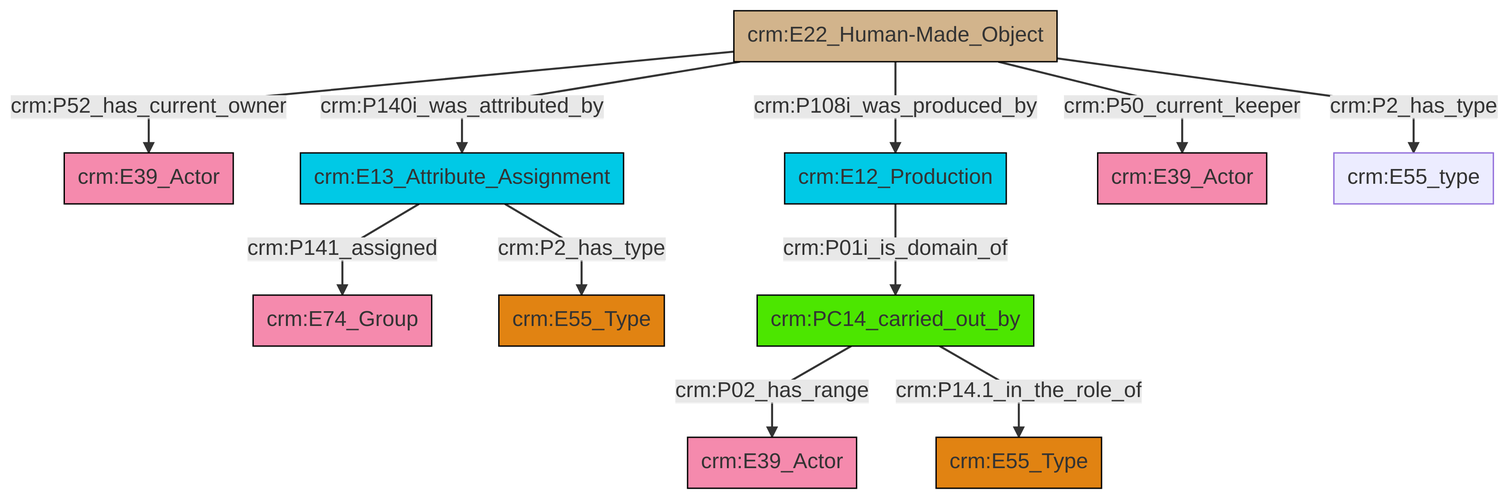
swiss-art-research-net/reference-data-models keeps this Mermaid diagram as et/artworkCSV/ttl/mmd/png/Artwork_Actor_Relations.png. Above is the earlier version. Its source is kept beside it as et/artworkCSV/ttl/mmd/Artwork_Actor_Relations.ttl.mmd.
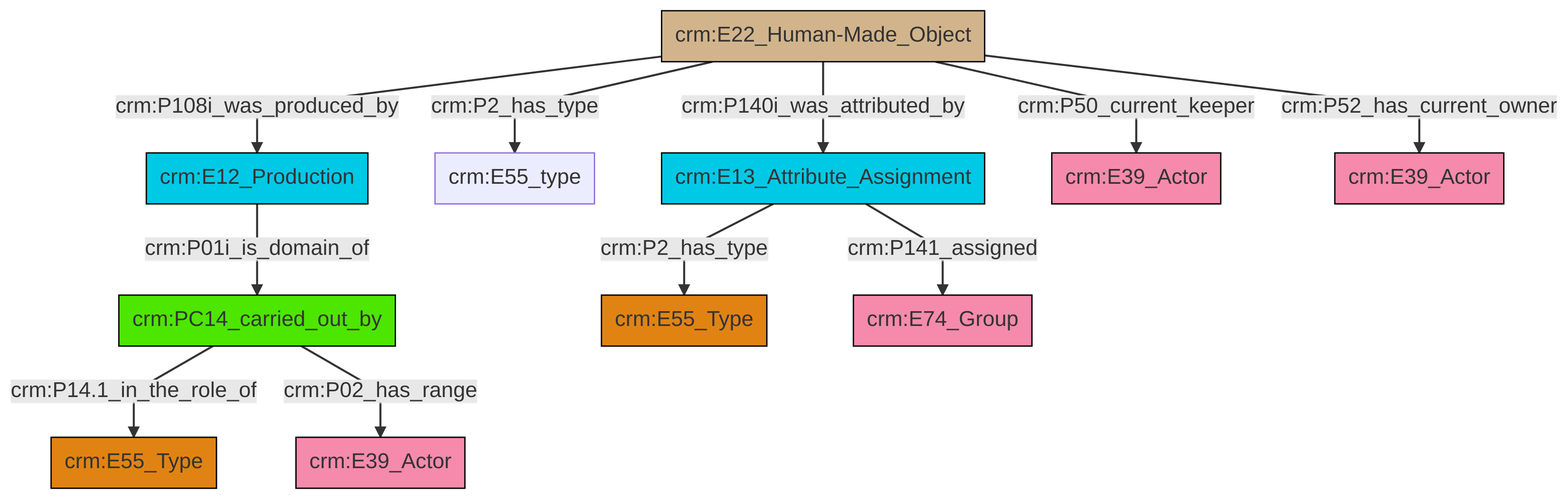
After the commit.

Diff of the diagram source:
```diff
@@ -13,13 +13,13 @@
 classDef PC_Classes fill:#4ce600, stroke:#000000;
 classDef Multi fill:#cccccc,stroke:#000000;
 
-0["crm:E22_Human-Made_Object"]:::Physical_Thing -->|crm:P52_has_current_owner| 1["crm:E39_Actor"]:::Actor
-0["crm:E22_Human-Made_Object"]:::Physical_Thing -->|crm:P140i_was_attributed_by| 2["crm:E13_Attribute_Assignment"]:::Temporal_Entity
-2["crm:E13_Attribute_Assignment"]:::Temporal_Entity -->|crm:P141_assigned| 6["crm:E74_Group"]:::Actor
-7["crm:E12_Production"]:::Temporal_Entity -->|crm:P01i_is_domain_of| 8["crm:PC14_carried_out_by"]:::PC_Classes
-0["crm:E22_Human-Made_Object"]:::Physical_Thing -->|crm:P108i_was_produced_by| 7["crm:E12_Production"]:::Temporal_Entity
-8["crm:PC14_carried_out_by"]:::PC_Classes -->|crm:P02_has_range| 11["crm:E39_Actor"]:::Actor
-0["crm:E22_Human-Made_Object"]:::Physical_Thing -->|crm:P50_current_keeper| 3["crm:E39_Actor"]:::Actor
-2["crm:E13_Attribute_Assignment"]:::Temporal_Entity -->|crm:P2_has_type| 16["crm:E55_Type"]:::Type
-0["crm:E22_Human-Made_Object"]:::Physical_Thing -->|crm:P2_has_type| 9["crm:E55_type"]:::Default
-8["crm:PC14_carried_out_by"]:::PC_Classes -->|crm:P14.1_in_the_role_of| 17["crm:E55_Type"]:::Type
+4["crm:E13_Attribute_Assignment"]:::Temporal_Entity -->|crm:P2_has_type| 5["crm:E55_Type"]:::Type
+0["crm:PC14_carried_out_by"]:::PC_Classes -->|crm:P14.1_in_the_role_of| 8["crm:E55_Type"]:::Type
+13["crm:E22_Human-Made_Object"]:::Physical_Thing -->|crm:P140i_was_attributed_by| 4["crm:E13_Attribute_Assignment"]:::Temporal_Entity
+13["crm:E22_Human-Made_Object"]:::Physical_Thing -->|crm:P50_current_keeper| 16["crm:E39_Actor"]:::Actor
+13["crm:E22_Human-Made_Object"]:::Physical_Thing -->|crm:P2_has_type| 6["crm:E55_type"]:::Default
+13["crm:E22_Human-Made_Object"]:::Physical_Thing -->|crm:P52_has_current_owner| 17["crm:E39_Actor"]:::Actor
+13["crm:E22_Human-Made_Object"]:::Physical_Thing -->|crm:P108i_was_produced_by| 9["crm:E12_Production"]:::Temporal_Entity
+9["crm:E12_Production"]:::Temporal_Entity -->|crm:P01i_is_domain_of| 0["crm:PC14_carried_out_by"]:::PC_Classes
+4["crm:E13_Attribute_Assignment"]:::Temporal_Entity -->|crm:P141_assigned| 11["crm:E74_Group"]:::Actor
+0["crm:PC14_carried_out_by"]:::PC_Classes -->|crm:P02_has_range| 2["crm:E39_Actor"]:::Actor
```
